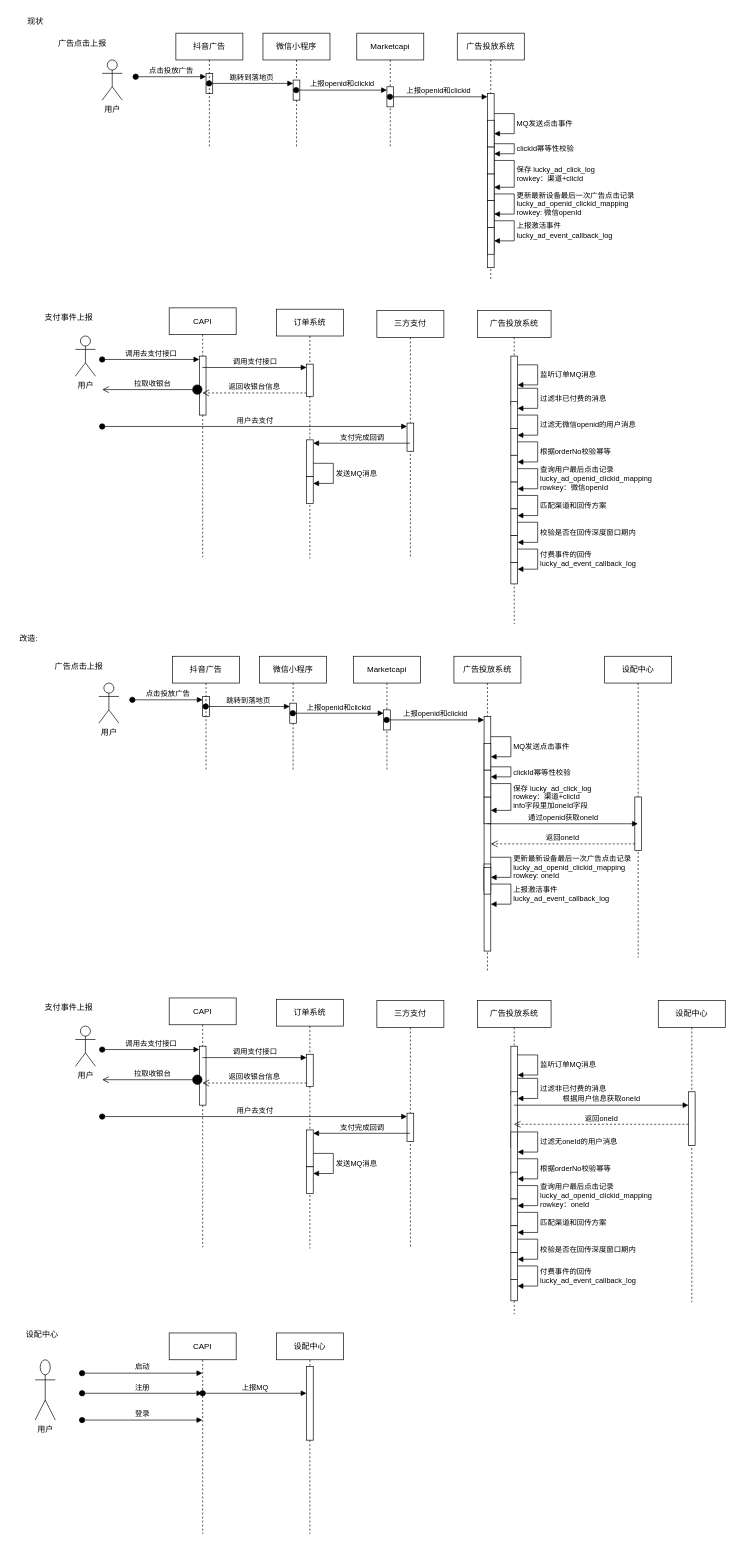
y13513867074/draw keeps this draw.io diagram as page "咖啡广告巨量投放逻辑" (17 of 17) of src/draw/广告投放系统.drawio. Above is the earlier version. Source tidied: cells renumbered, new cells numbered last; positions are measured from the earlier drawing's top-left corner, leaving out a move shared by most shapes. Both pictures are drawn from the tidied source at 67%, with x=0, y=0 at pixel (11, 11).
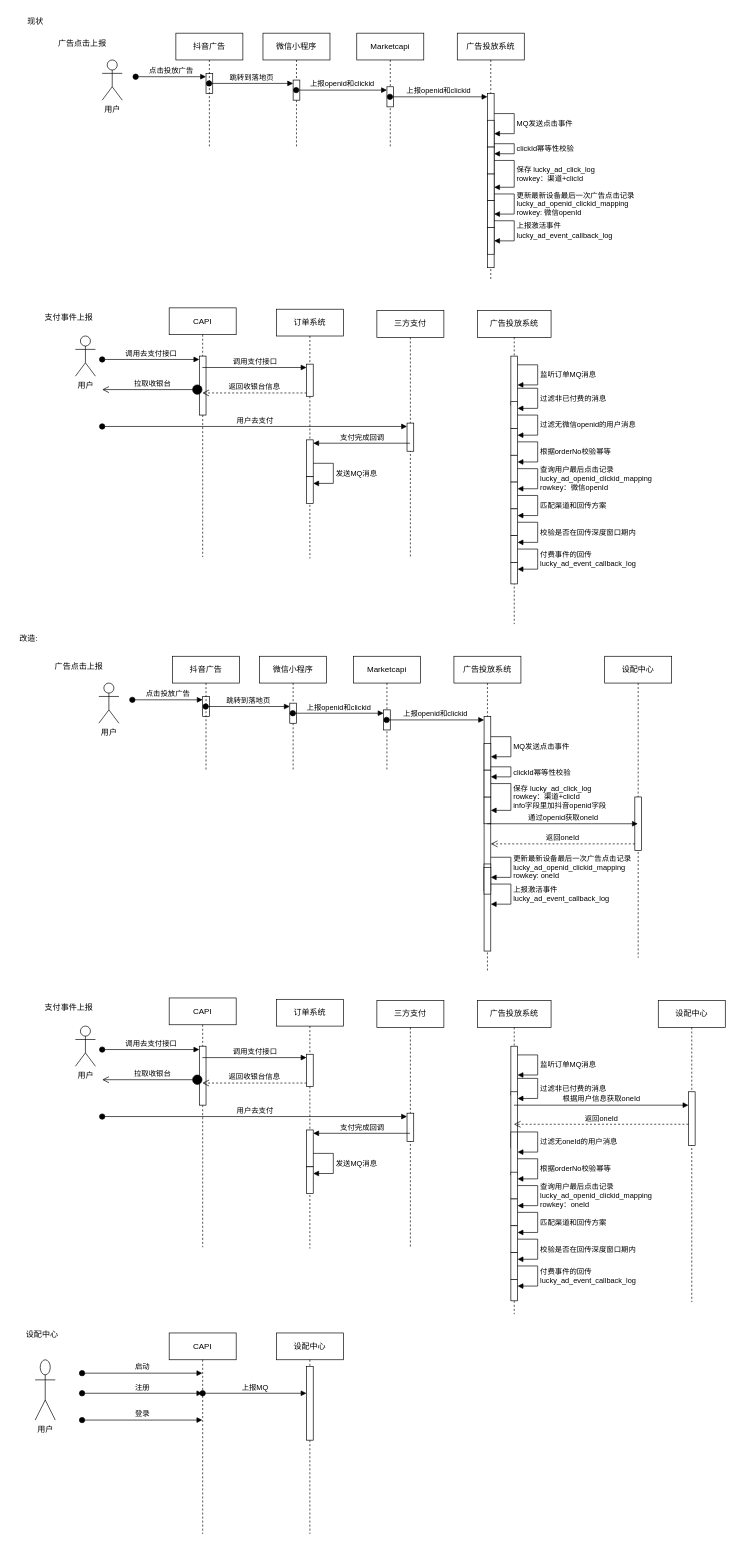
The same diagram, later.

Commit message (it also covers changes not shown here):
更新广告投放系统.drawio

The change refers to these unchanged cells:
```xml
<mxCell id="69" value="广告投放系统" style="shape=umlLifeline;perimeter=lifelinePerimeter;whiteSpace=wrap;html=1;outlineConnect=0;portConstraint=eastwest;newEdgeStyle={&quot;curved&quot;:0,&quot;rounded&quot;:0};" parent="1" vertex="1">
  <mxGeometry x="660" y="962" width="100" height="470" as="geometry" />
</mxCell>
<mxCell id="70" style="html=1;points=[[0,0,0,0,5],[0,1,0,0,-5],[1,0,0,0,5],[1,1,0,0,-5]];perimeter=orthogonalPerimeter;outlineConnect=0;targetShapes=umlLifeline;portConstraint=eastwest;newEdgeStyle={&quot;curved&quot;:0,&quot;rounded&quot;:0};" parent="69" vertex="1">
  <mxGeometry x="45" y="90" width="10" height="350" as="geometry" />
</mxCell>
<mxCell id="73" style="html=1;points=[[0,0,0,0,5],[0,1,0,0,-5],[1,0,0,0,5],[1,1,0,0,-5]];perimeter=orthogonalPerimeter;outlineConnect=0;targetShapes=umlLifeline;portConstraint=eastwest;newEdgeStyle={&quot;curved&quot;:0,&quot;rounded&quot;:0};" parent="69" vertex="1">
  <mxGeometry x="45" y="210" width="10" height="40" as="geometry" />
</mxCell>
```

What changed in the source:
```diff
@@
-    <mxCell id="74" value="保存 lucky_ad_click_log&lt;div&gt;rowkey：渠道+clicId&lt;/div&gt;&lt;div&gt;info字段里加oneId字段&lt;/div&gt;" style="html=1;align=left;spacingLeft=2;endArrow=block;rounded=0;edgeStyle=orthogonalEdgeStyle;curved=0;rounded=0;" parent="69" edge="1" source="70" target="73">
+    <mxCell id="74" value="保存 lucky_ad_click_log&lt;div&gt;rowkey：渠道+clicId&lt;/div&gt;&lt;div&gt;info字段里加抖音openid字段&lt;/div&gt;" style="html=1;align=left;spacingLeft=2;endArrow=block;rounded=0;edgeStyle=orthogonalEdgeStyle;curved=0;rounded=0;" parent="69" edge="1" source="70" target="73">
       <mxGeometry relative="1" as="geometry">
         <Array as="points">
           <mxPoint x="85" y="190" />
           <mxPoint x="85" y="230" />
         </Array>
       </mxGeometry>
     </mxCell>
```
